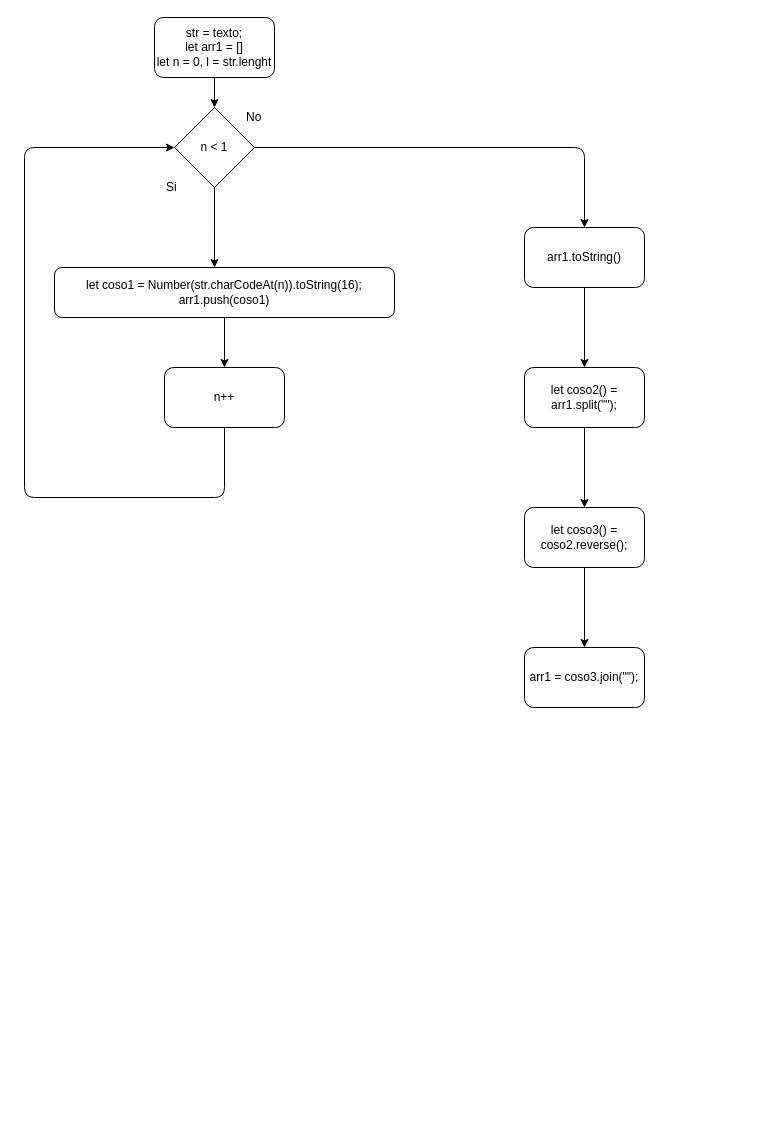
Before: Diagrama(Mark).drawio in bortmarc8/sis_encriptar, a draw.io diagram. Source tidied: cells renumbered, new cells numbered last; positions are measured from the earlier drawing's top-left corner, leaving out a move shared by most shapes. Both pictures are drawn from the tidied source at 100%, with x=0, y=0 at pixel (24, 17).
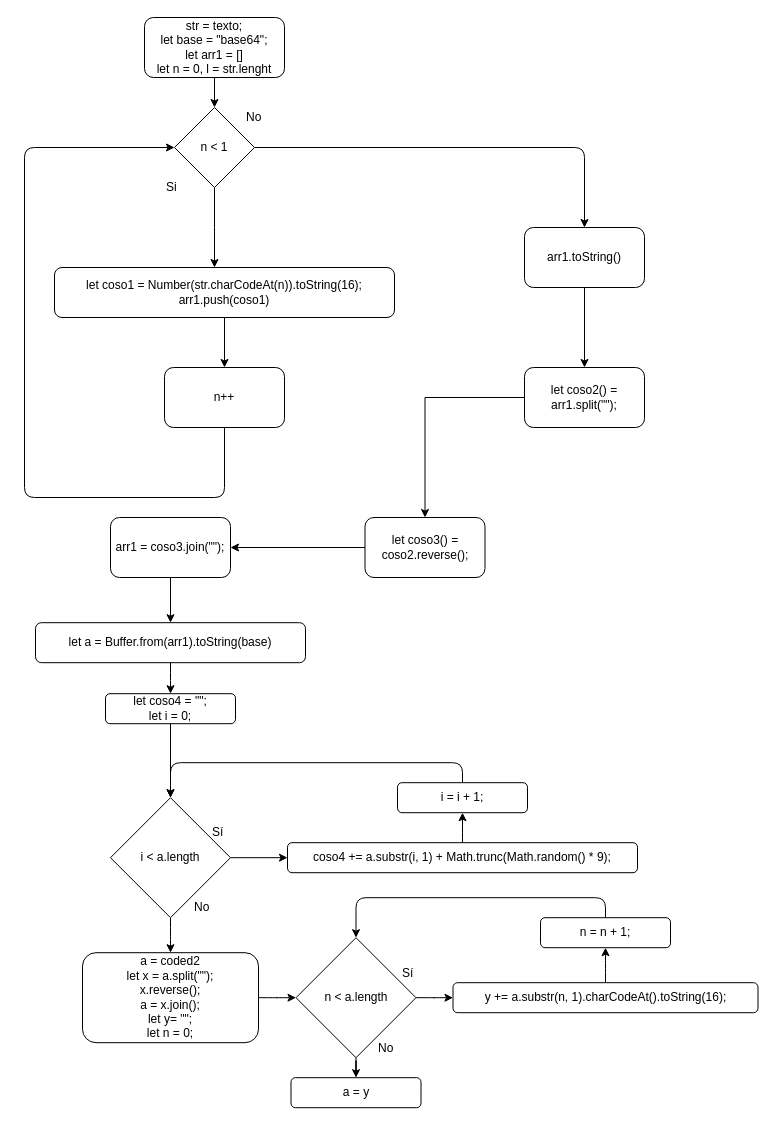
After the change.

Commit message:
Diagrama con el código de Mark y el mío (Jose) en el cual cojo el output de Mark y lo utilizo de input en mi parte del diagrama.

Change to the diagram source:
```diff
@@
-    <mxCell id="3" value="str = texto;&lt;br&gt;let arr1 = []&lt;br&gt;let n = 0, l = str.lenght" style="rounded=1;whiteSpace=wrap;html=1;" parent="1" vertex="1">
-      <mxGeometry x="130" width="120" height="60" as="geometry" />
+    <mxCell id="3" value="str = texto;&lt;br&gt;let base = &quot;base64&quot;;&lt;br&gt;let arr1 = []&lt;br&gt;let n = 0, l = str.lenght" style="rounded=1;whiteSpace=wrap;html=1;" parent="1" vertex="1">
+      <mxGeometry x="120" width="140" height="60" as="geometry" />
     </mxCell>
@@
     <mxCell id="18" value="let coso3() = coso2.reverse();" style="rounded=1;whiteSpace=wrap;html=1;" parent="1" vertex="1">
-      <mxGeometry x="500" y="490" width="120" height="60" as="geometry" />
+      <mxGeometry x="340.5" y="500" width="120" height="60" as="geometry" />
     </mxCell>
+    <mxCell id="20" style="edgeStyle=orthogonalEdgeStyle;rounded=0;jettySize=auto;html=1;entryX=0.5;entryY=0;entryDx=0;entryDy=0;" parent="1" edge="1" source="19" target="22">
+      <mxGeometry relative="1" as="geometry" />
+    </mxCell>
     <mxCell id="19" value="arr1 = coso3.join(&quot;&quot;);" style="rounded=1;whiteSpace=wrap;html=1;" parent="1" vertex="1">
-      <mxGeometry x="500" y="630" width="120" height="60" as="geometry" />
+      <mxGeometry x="86" y="500" width="120" height="60" as="geometry" />
     </mxCell>
+    <mxCell id="21" style="edgeStyle=orthogonalEdgeStyle;rounded=1;jettySize=auto;html=1;entryX=0.5;entryY=0;entryDx=0;entryDy=0;" parent="1" edge="1" source="22" target="27">
+      <mxGeometry relative="1" as="geometry" />
+    </mxCell>
+    <mxCell id="22" value="let a = Buffer.from(arr1).toString(base)" style="rounded=1;whiteSpace=wrap;html=1;" parent="1" vertex="1">
+      <mxGeometry x="11" y="605.2" width="270" height="40" as="geometry" />
+    </mxCell>
+    <mxCell id="23" style="edgeStyle=orthogonalEdgeStyle;rounded=1;jettySize=auto;html=1;" parent="1" edge="1" source="25" target="35">
+      <mxGeometry relative="1" as="geometry" />
+    </mxCell>
+    <mxCell id="24" style="edgeStyle=orthogonalEdgeStyle;rounded=1;jettySize=auto;html=1;exitX=1;exitY=0.5;exitDx=0;exitDy=0;entryX=0;entryY=0.5;entryDx=0;entryDy=0;" parent="1" edge="1" source="25" target="32">
+      <mxGeometry relative="1" as="geometry" />
+    </mxCell>
+    <mxCell id="25" value="i &amp;lt; a.length" style="rhombus;whiteSpace=wrap;html=1;" parent="1" vertex="1">
+      <mxGeometry x="86" y="780.2" width="120" height="120" as="geometry" />
+    </mxCell>
+    <mxCell id="26" style="edgeStyle=orthogonalEdgeStyle;rounded=1;jettySize=auto;html=1;entryX=0.5;entryY=0;entryDx=0;entryDy=0;" parent="1" edge="1" source="27" target="25">
+      <mxGeometry relative="1" as="geometry" />
+    </mxCell>
+    <mxCell id="27" value="let coso4 = &quot;&quot;;&lt;br&gt;let i = 0;" style="rounded=1;whiteSpace=wrap;html=1;" parent="1" vertex="1">
+      <mxGeometry x="81" y="676.2" width="130" height="30" as="geometry" />
+    </mxCell>
+    <mxCell id="28" value="Sí" style="text;html=1;align=left;verticalAlign=top;spacingTop=-4;" parent="1" vertex="1">
+      <mxGeometry x="186" y="805.2" width="30" height="20" as="geometry" />
+    </mxCell>
+    <mxCell id="29" style="edgeStyle=orthogonalEdgeStyle;rounded=1;jettySize=auto;html=1;entryX=0.5;entryY=0;entryDx=0;entryDy=0;exitX=0.5;exitY=0;exitDx=0;exitDy=0;" parent="1" edge="1" source="30" target="25">
+      <mxGeometry relative="1" as="geometry" />
+    </mxCell>
+    <mxCell id="30" value="i = i + 1;" style="rounded=1;whiteSpace=wrap;html=1;" parent="1" vertex="1">
+      <mxGeometry x="373" y="765.2" width="130" height="30" as="geometry" />
+    </mxCell>
+    <mxCell id="31" style="edgeStyle=orthogonalEdgeStyle;rounded=1;jettySize=auto;html=1;entryX=0.5;entryY=1;entryDx=0;entryDy=0;" parent="1" edge="1" source="32" target="30">
+      <mxGeometry relative="1" as="geometry" />
+    </mxCell>
+    <mxCell id="32" value="coso4 += a.substr(i, 1) + Math.trunc(Math.random() * 9);" style="rounded=1;whiteSpace=wrap;html=1;" parent="1" vertex="1">
+      <mxGeometry x="263" y="825.2" width="350" height="30" as="geometry" />
+    </mxCell>
+    <mxCell id="33" value="No" style="text;html=1;align=left;verticalAlign=top;spacingTop=-4;" parent="1" vertex="1">
+      <mxGeometry x="168" y="880.2" width="30" height="20" as="geometry" />
+    </mxCell>
+    <mxCell id="34" style="edgeStyle=orthogonalEdgeStyle;rounded=1;jettySize=auto;html=1;entryX=0;entryY=0.5;entryDx=0;entryDy=0;" parent="1" edge="1" source="35" target="38">
+      <mxGeometry relative="1" as="geometry" />
+    </mxCell>
+    <mxCell id="35" value="a = coded2&lt;br&gt;let x = a.split(&quot;&quot;);&lt;br&gt;x.reverse();&lt;br&gt;a = x.join();&lt;br&gt;let y= &quot;&quot;;&lt;br&gt;let n = 0;" style="rounded=1;whiteSpace=wrap;html=1;" parent="1" vertex="1">
+      <mxGeometry x="58" y="935.2" width="176" height="90" as="geometry" />
+    </mxCell>
+    <mxCell id="36" style="edgeStyle=orthogonalEdgeStyle;rounded=1;jettySize=auto;html=1;entryX=0;entryY=0.5;entryDx=0;entryDy=0;" parent="1" edge="1" source="38" target="41">
+      <mxGeometry relative="1" as="geometry" />
+    </mxCell>
+    <mxCell id="37" style="edgeStyle=orthogonalEdgeStyle;rounded=1;jettySize=auto;html=1;entryX=0.5;entryY=0;entryDx=0;entryDy=0;" parent="1" edge="1" source="38" target="44">
+      <mxGeometry relative="1" as="geometry" />
+    </mxCell>
+    <mxCell id="38" value="n &amp;lt; a.length" style="rhombus;whiteSpace=wrap;html=1;" parent="1" vertex="1">
+      <mxGeometry x="271.5" y="920.2" width="120" height="120" as="geometry" />
+    </mxCell>
+    <mxCell id="39" value="Sí" style="text;html=1;align=left;verticalAlign=top;spacingTop=-4;" parent="1" vertex="1">
+      <mxGeometry x="375.5" y="946.2" width="30" height="20" as="geometry" />
+    </mxCell>
+    <mxCell id="40" style="edgeStyle=orthogonalEdgeStyle;rounded=1;jettySize=auto;html=1;entryX=0.5;entryY=1;entryDx=0;entryDy=0;" parent="1" edge="1" source="41" target="43">
+      <mxGeometry relative="1" as="geometry" />
+    </mxCell>
+    <mxCell id="41" value="y += a.substr(n, 1).charCodeAt().toString(16);" style="rounded=1;whiteSpace=wrap;html=1;" parent="1" vertex="1">
+      <mxGeometry x="428.5" y="965.2" width="305" height="30" as="geometry" />
+    </mxCell>
+    <mxCell id="42" style="edgeStyle=orthogonalEdgeStyle;rounded=1;jettySize=auto;html=1;entryX=0.5;entryY=0;entryDx=0;entryDy=0;exitX=0.5;exitY=0;exitDx=0;exitDy=0;" parent="1" edge="1" source="43" target="38">
+      <mxGeometry relative="1" as="geometry" />
+    </mxCell>
+    <mxCell id="43" value="n = n + 1;" style="rounded=1;whiteSpace=wrap;html=1;" parent="1" vertex="1">
+      <mxGeometry x="516" y="900.2" width="130" height="30" as="geometry" />
+    </mxCell>
+    <mxCell id="44" value="a = y" style="rounded=1;whiteSpace=wrap;html=1;" parent="1" vertex="1">
+      <mxGeometry x="266.5" y="1060.2" width="130" height="30" as="geometry" />
+    </mxCell>
+    <mxCell id="45" value="No" style="text;html=1;align=left;verticalAlign=top;spacingTop=-4;" parent="1" vertex="1">
+      <mxGeometry x="351.5" y="1021.2" width="30" height="20" as="geometry" />
+    </mxCell>
```
